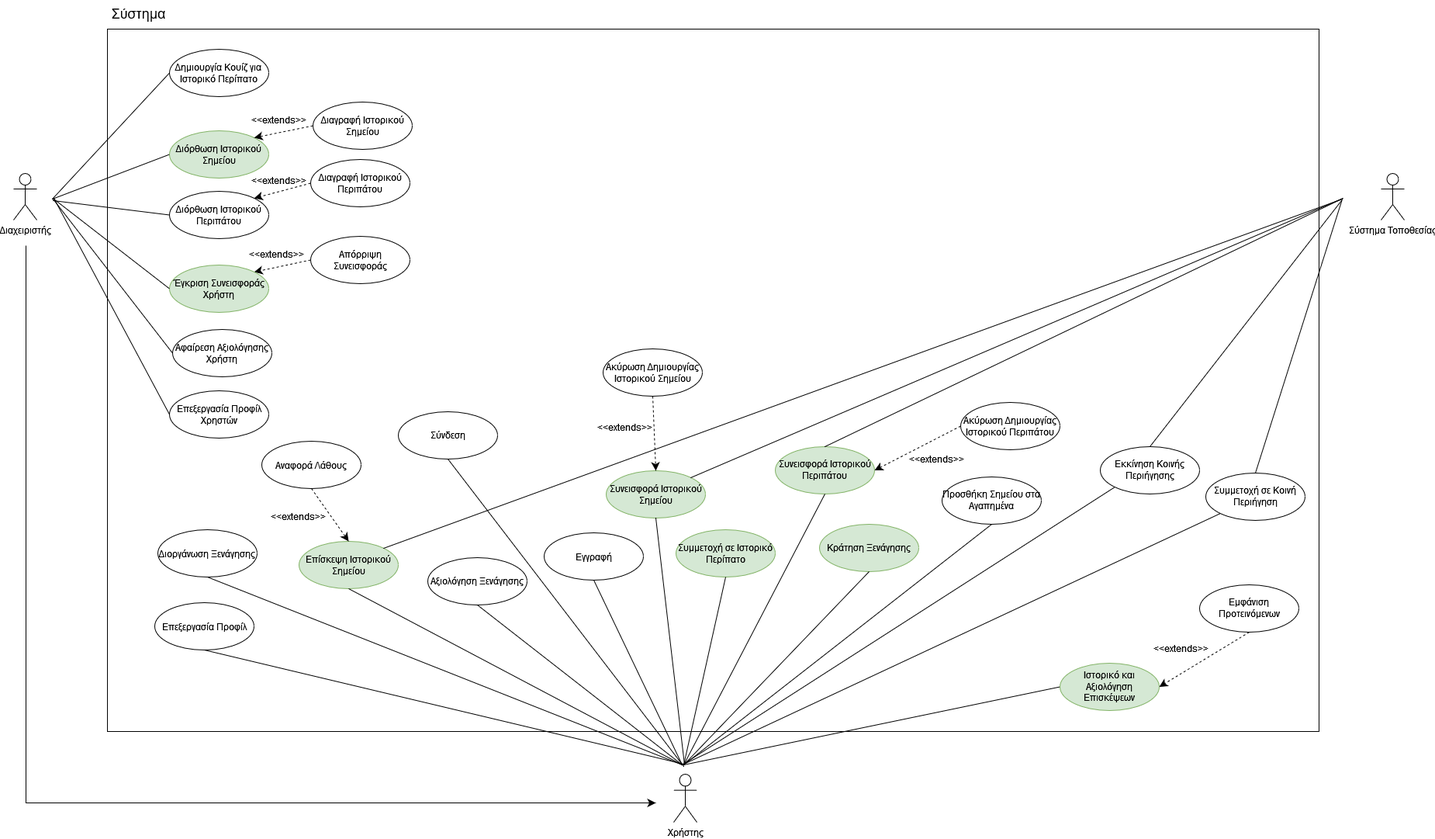
Before: NOTES/Use Case Diagram.png, a diagram exported from draw.io (Nektar24/software-engineering). Source tidied: cells renumbered, new cells last; positions are measured from the earlier drawing's top-left corner, leaving out a move shared by most shapes.
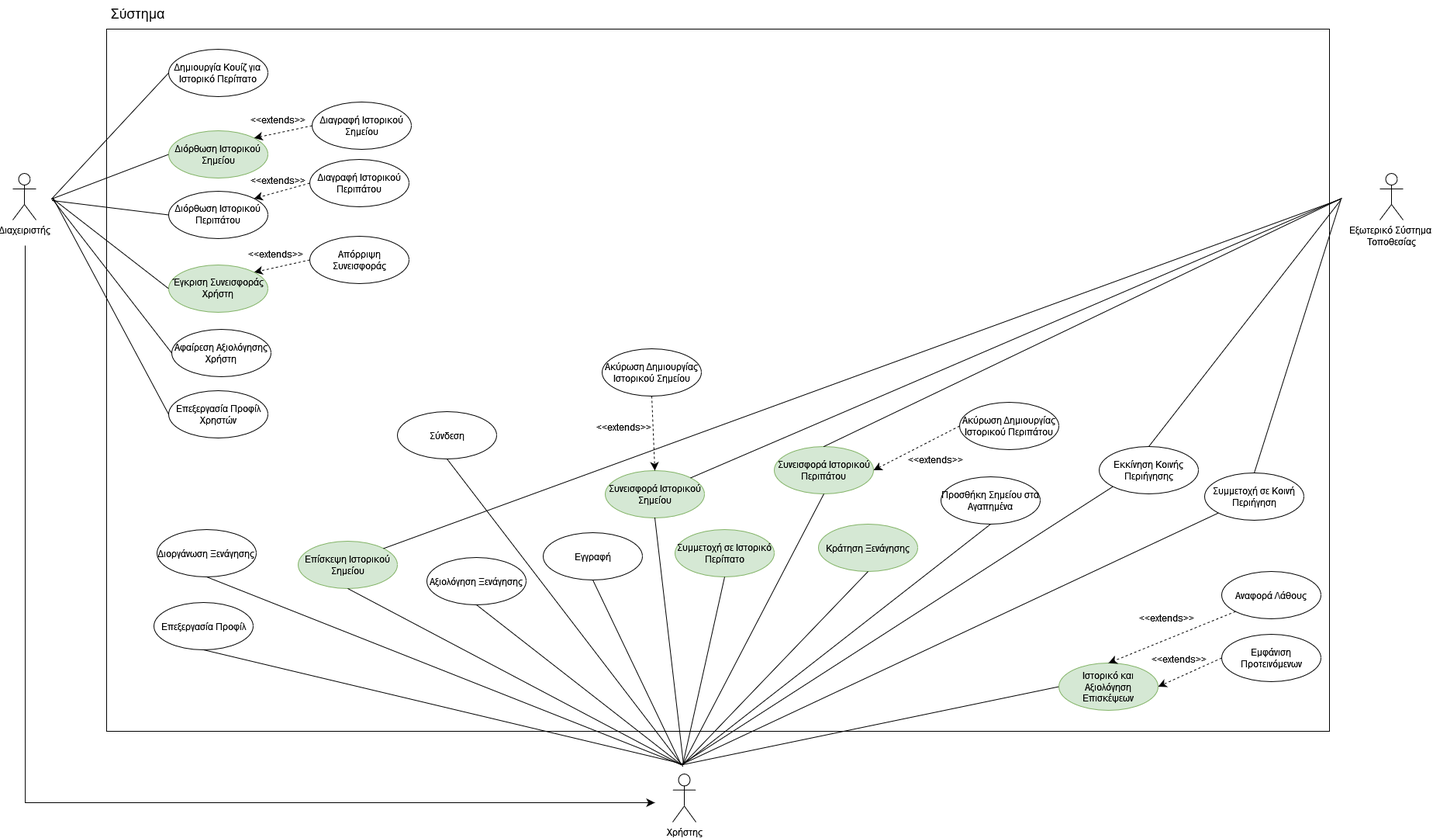
The same file after the commit.

Commit message:
use case diagram changed

What changed in the source:
```diff
@@ -3,7 +3,7 @@
     <mxCell id="0" />
     <mxCell id="1" parent="0" />
     <mxCell id="2" style="rounded=0;whiteSpace=wrap;html=1;fillColor=none;" parent="1" vertex="1">
-      <mxGeometry x="121" y="37" width="1562" height="905" as="geometry" />
+      <mxGeometry x="121" y="37" width="1577" height="905" as="geometry" />
     </mxCell>
     <mxCell id="3" value="Δημιουργία Κουίζ για&lt;br&gt;Ιστορικό Περίπατο" style="ellipse;whiteSpace=wrap;html=1;" parent="1" vertex="1">
       <mxGeometry x="201" y="63" width="128" height="61" as="geometry" />
@@ -14,7 +14,7 @@
     <mxCell id="5" value="Χρήστης" style="shape=umlActor;verticalLabelPosition=bottom;verticalAlign=top;html=1;" parent="1" vertex="1">
       <mxGeometry x="851" y="997" width="30" height="62" as="geometry" />
     </mxCell>
-    <mxCell id="6" value="Σύστημα Τοποθεσίας" style="shape=umlActor;verticalLabelPosition=bottom;verticalAlign=top;html=1;" parent="1" vertex="1">
+    <mxCell id="6" value="&lt;div&gt;Εξωτερικό Σύστημα&amp;nbsp;&lt;/div&gt;&lt;div&gt;Τοποθεσίας&lt;/div&gt;" style="shape=umlActor;verticalLabelPosition=bottom;verticalAlign=top;html=1;" parent="1" vertex="1">
       <mxGeometry x="1763" y="223" width="30" height="60" as="geometry" />
     </mxCell>
     <mxCell id="7" value="Διόρθωση Ιστορικού Σημείου" style="ellipse;whiteSpace=wrap;html=1;fillColor=#d5e8d4;strokeColor=#82b366;" parent="1" vertex="1">
@@ -231,15 +231,6 @@
         </Array>
       </mxGeometry>
     </mxCell>
-    <mxCell id="61" style="edgeStyle=none;curved=1;rounded=0;jettySize=auto;html=1;exitX=0.5;exitY=1;exitDx=0;exitDy=0;entryX=0.5;entryY=0;entryDx=0;entryDy=0;fontSize=12;startSize=8;endSize=8;dashed=1;" parent="1" edge="1" source="62" target="25">
-      <mxGeometry relative="1" as="geometry" />
-    </mxCell>
-    <mxCell id="62" value="Αναφορά Λάθους" style="ellipse;whiteSpace=wrap;html=1;" parent="1" vertex="1">
-      <mxGeometry x="320" y="568" width="128" height="61" as="geometry" />
-    </mxCell>
-    <mxCell id="63" value="&lt;font style=&quot;font-size: 12px;&quot;&gt;&amp;lt;&amp;lt;extends&lt;font style=&quot;font-size: 12px;&quot;&gt;&amp;gt;&amp;gt;&lt;/font&gt;&lt;/font&gt;" style="text;html=1;align=center;verticalAlign=middle;strokeColor=none;fillColor=none;fontSize=16;" parent="1" vertex="1">
-      <mxGeometry x="323" y="649" width="88" height="31" as="geometry" />
-    </mxCell>
     <mxCell id="64" value="Διόρθωση Ιστορικού Περιπάτου" style="ellipse;whiteSpace=wrap;html=1;" parent="1" vertex="1">
       <mxGeometry x="201" y="246" width="128" height="61" as="geometry" />
     </mxCell>
@@ -261,18 +252,27 @@
       </mxGeometry>
     </mxCell>
     <mxCell id="70" value="Εμφάνιση Προτεινόμενων" style="ellipse;whiteSpace=wrap;html=1;" parent="1" vertex="1">
-      <mxGeometry x="1529" y="753" width="128" height="61" as="geometry" />
+      <mxGeometry x="1559" y="817" width="128" height="61" as="geometry" />
     </mxCell>
-    <mxCell id="71" style="edgeStyle=none;curved=1;rounded=0;jettySize=auto;html=1;exitX=0.5;exitY=1;exitDx=0;exitDy=0;entryX=1;entryY=0.5;entryDx=0;entryDy=0;fontSize=12;startSize=8;endSize=8;dashed=1;" parent="1" edge="1" source="70" target="39">
+    <mxCell id="71" style="edgeStyle=none;curved=1;rounded=0;jettySize=auto;html=1;exitX=0;exitY=0.5;exitDx=0;exitDy=0;entryX=1;entryY=0.5;entryDx=0;entryDy=0;fontSize=12;startSize=8;endSize=8;dashed=1;" parent="1" edge="1" source="70" target="39">
       <mxGeometry relative="1" as="geometry" />
     </mxCell>
     <mxCell id="72" value="&lt;font style=&quot;font-size: 12px;&quot;&gt;&amp;lt;&amp;lt;&lt;font style=&quot;font-size: 12px;&quot;&gt;extends&amp;gt;&amp;gt;&lt;/font&gt;&lt;/font&gt;" style="text;html=1;align=center;verticalAlign=middle;strokeColor=none;fillColor=none;fontSize=16;" parent="1" vertex="1">
-      <mxGeometry x="1461" y="819" width="88" height="31" as="geometry" />
+      <mxGeometry x="1460" y="832" width="88" height="31" as="geometry" />
     </mxCell>
     <mxCell id="73" style="endArrow=none;html=1;rounded=0;fontSize=12;startSize=8;endSize=8;curved=1;entryX=0;entryY=0.5;entryDx=0;entryDy=0;" parent="1" edge="1" target="64">
       <mxGeometry relative="1" as="geometry">
         <mxPoint x="51" y="258" as="sourcePoint" />
       </mxGeometry>
     </mxCell>
+    <mxCell id="74" style="edgeStyle=none;curved=1;rounded=0;jettySize=auto;html=1;exitX=0;exitY=1;exitDx=0;exitDy=0;entryX=0.5;entryY=0;entryDx=0;entryDy=0;fontSize=12;startSize=8;endSize=8;dashed=1;" parent="1" edge="1" source="62" target="39">
+      <mxGeometry relative="1" as="geometry" />
+    </mxCell>
+    <mxCell id="62" value="Αναφορά Λάθους" style="ellipse;whiteSpace=wrap;html=1;" parent="1" vertex="1">
+      <mxGeometry x="1559" y="736" width="128" height="61" as="geometry" />
+    </mxCell>
+    <mxCell id="75" value="&lt;font style=&quot;font-size: 12px;&quot;&gt;&amp;lt;&amp;lt;&lt;font style=&quot;font-size: 12px;&quot;&gt;extends&amp;gt;&amp;gt;&lt;/font&gt;&lt;/font&gt;" style="text;html=1;align=center;verticalAlign=middle;strokeColor=none;fillColor=none;fontSize=16;" parent="1" vertex="1">
+      <mxGeometry x="1444" y="779" width="88" height="31" as="geometry" />
+    </mxCell>
   </root>
 </mxGraphModel>
```
